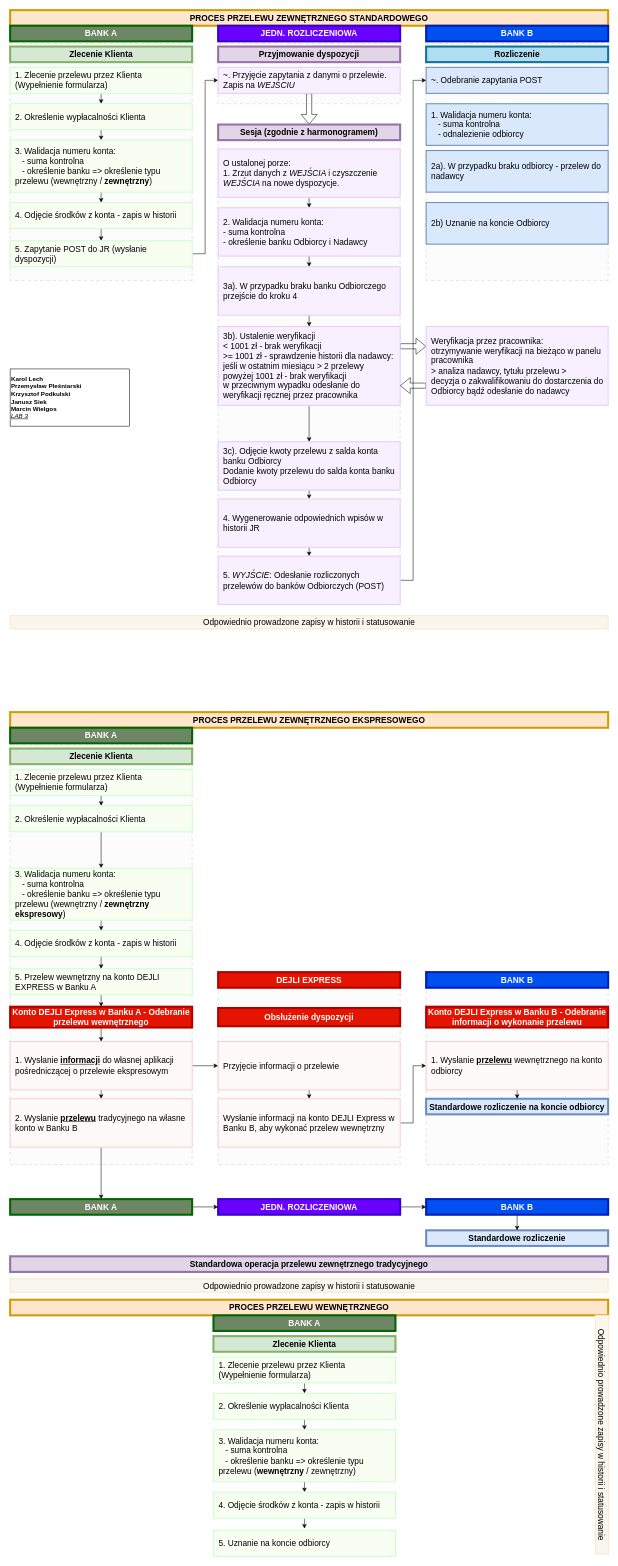
Before: drawio/Procesy przelewów.drawio in mwvabes/pab-Wielgos-Lech-Plesniarski-Podkulski-Siek, a draw.io diagram. Source tidied: cells renumbered, new cells numbered last; positions are measured from the earlier drawing's top-left corner, leaving out a move shared by most shapes. Both pictures are drawn from the tidied source at 52%, with x=0, y=0 at pixel (10, 10).
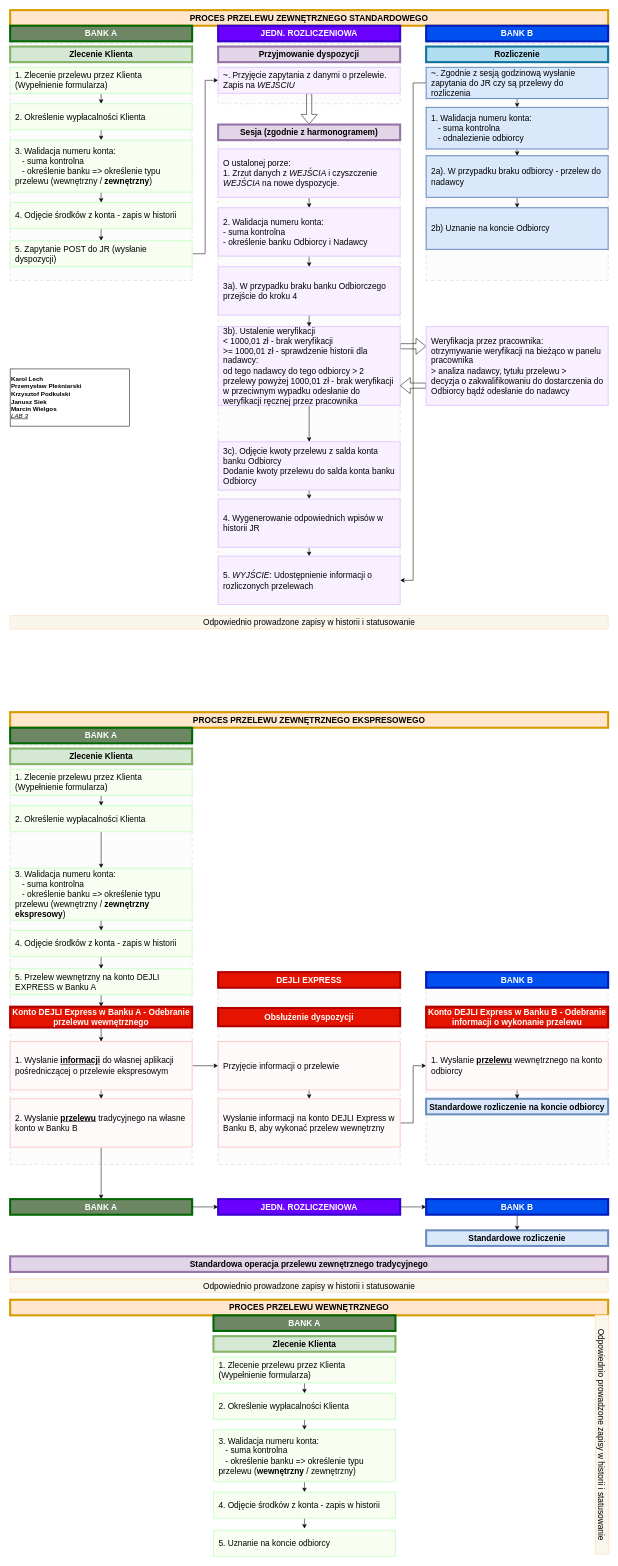
Above is the later version.

Change to the diagram source:
```diff
@@
+    <mxCell id="105" style="edgeStyle=orthogonalEdgeStyle;rounded=0;jettySize=auto;html=1;exitX=0;exitY=0.5;exitDx=0;exitDy=0;entryX=1;entryY=0.5;entryDx=0;entryDy=0;" parent="1" edge="1" source="32" target="46">
+      <mxGeometry relative="1" as="geometry" />
+    </mxCell>
+    <mxCell id="106" style="edgeStyle=orthogonalEdgeStyle;rounded=0;jettySize=auto;html=1;exitX=0.5;exitY=1;exitDx=0;exitDy=0;entryX=0.5;entryY=0;entryDx=0;entryDy=0;" parent="1" edge="1" source="32" target="33">
+      <mxGeometry relative="1" as="geometry" />
+    </mxCell>
-    <mxCell id="32" value="&lt;span style=&quot;font-weight: 400&quot;&gt;~. Odebranie zapytania POST&lt;br&gt;&lt;/span&gt;" style="rounded=0;whiteSpace=wrap;html=1;fontSize=16;fontStyle=1;labelBorderColor=none;strokeWidth=2;strokeColor=#6c8ebf;align=left;spacingTop=5;spacingLeft=5;spacingBottom=5;spacingRight=5;spacing=5;fillColor=#dae8fc;" parent="1" vertex="1">
-      <mxGeometry x="800" y="110" width="350" height="50" as="geometry" />
+    <mxCell id="32" value="&lt;span style=&quot;font-weight: 400&quot;&gt;~. Zgodnie z sesją godzinową wysłanie zapytania do JR czy są przelewy do rozliczenia&lt;br&gt;&lt;/span&gt;" style="rounded=0;whiteSpace=wrap;html=1;fontSize=16;fontStyle=1;labelBorderColor=none;strokeWidth=2;strokeColor=#6c8ebf;align=left;spacingTop=5;spacingLeft=5;spacingBottom=5;spacingRight=5;spacing=5;fillColor=#dae8fc;" parent="1" vertex="1">
+      <mxGeometry x="800" y="110" width="350" height="60" as="geometry" />
     </mxCell>
+    <mxCell id="107" style="edgeStyle=orthogonalEdgeStyle;rounded=0;jettySize=auto;html=1;exitX=0.5;exitY=1;exitDx=0;exitDy=0;entryX=0.5;entryY=0;entryDx=0;entryDy=0;" parent="1" edge="1" source="33" target="34">
+      <mxGeometry relative="1" as="geometry" />
+    </mxCell>
     <mxCell id="33" value="&lt;span style=&quot;font-weight: 400&quot;&gt;1. Walidacja numeru konta:&lt;br&gt;&amp;nbsp; &amp;nbsp;- suma kontrolna&lt;br&gt;&amp;nbsp; &amp;nbsp;- odnalezienie odbiorcy&lt;br&gt;&lt;/span&gt;" style="rounded=0;whiteSpace=wrap;html=1;fontSize=16;fontStyle=1;labelBorderColor=none;strokeWidth=2;strokeColor=#6c8ebf;align=left;spacingTop=5;spacingLeft=5;spacingBottom=5;spacingRight=5;spacing=5;fillColor=#dae8fc;" parent="1" vertex="1">
-      <mxGeometry x="800" y="180" width="350" height="80" as="geometry" />
+      <mxGeometry x="800" y="187" width="350" height="80" as="geometry" />
     </mxCell>
+    <mxCell id="108" style="edgeStyle=orthogonalEdgeStyle;rounded=0;jettySize=auto;html=1;exitX=0.5;exitY=1;exitDx=0;exitDy=0;entryX=0.5;entryY=0;entryDx=0;entryDy=0;" parent="1" edge="1" source="34" target="35">
+      <mxGeometry relative="1" as="geometry" />
+    </mxCell>
     <mxCell id="34" value="&lt;span style=&quot;font-weight: 400&quot;&gt;2a). W przypadku braku odbiorcy - przelew do nadawcy&lt;br&gt;&lt;/span&gt;" style="rounded=0;whiteSpace=wrap;html=1;fontSize=16;fontStyle=1;labelBorderColor=none;strokeWidth=2;strokeColor=#6c8ebf;align=left;spacingTop=5;spacingLeft=5;spacingBottom=5;spacingRight=5;spacing=5;fillColor=#dae8fc;" parent="1" vertex="1">
-      <mxGeometry x="800" y="270" width="350" height="80" as="geometry" />
+      <mxGeometry x="800" y="280" width="350" height="80" as="geometry" />
     </mxCell>
     <mxCell id="35" value="&lt;span style=&quot;font-weight: 400&quot;&gt;2b) Uznanie na koncie Odbiorcy&lt;br&gt;&lt;/span&gt;" style="rounded=0;whiteSpace=wrap;html=1;fontSize=16;fontStyle=1;labelBorderColor=none;strokeWidth=2;strokeColor=#6c8ebf;align=left;spacingTop=5;spacingLeft=5;spacingBottom=5;spacingRight=5;spacing=5;fillColor=#dae8fc;" parent="1" vertex="1">
-      <mxGeometry x="800" y="370" width="350" height="80" as="geometry" />
+      <mxGeometry x="800" y="380" width="350" height="80" as="geometry" />
     </mxCell>
@@
-    <mxCell id="42" value="&lt;span style=&quot;font-weight: 400&quot;&gt;3b). Ustalenie weryfikacji&lt;br&gt;&amp;lt; 1001 zł - brak weryfikacji&lt;br&gt;&amp;gt;= 1001 zł - sprawdzenie historii dla nadawcy:&lt;br&gt;jeśli w ostatnim miesiącu &amp;gt; 2 przelewy powyżej 1001 zł - brak weryfikacji&lt;br&gt;w przeciwnym wypadku odesłanie do weryfikacji ręcznej przez pracownika&lt;br&gt;&lt;/span&gt;" style="rounded=0;whiteSpace=wrap;html=1;fontSize=16;fontStyle=1;labelBorderColor=none;strokeWidth=2;align=left;spacingTop=5;spacingLeft=5;spacingBottom=5;spacingRight=5;spacing=5;fillColor=#F8F0FF;strokeColor=#E5CCFF;" parent="1" vertex="1">
+    <mxCell id="42" value="&lt;span style=&quot;font-weight: 400&quot;&gt;3b). Ustalenie weryfikacji&lt;br&gt;&amp;lt; 1000,01 zł - brak weryfikacji&lt;br&gt;&amp;gt;= 1000,01 zł - sprawdzenie historii dla nadawcy:&lt;br&gt;od tego nadawcy do tego odbiorcy &amp;gt; 2 przelewy powyżej 1000,01 zł - brak weryfikacji&lt;br&gt;w przeciwnym wypadku odesłanie do weryfikacji ręcznej przez pracownika&lt;br&gt;&lt;/span&gt;" style="rounded=0;whiteSpace=wrap;html=1;fontSize=16;fontStyle=1;labelBorderColor=none;strokeWidth=2;align=left;spacingTop=5;spacingLeft=5;spacingBottom=5;spacingRight=5;spacing=5;fillColor=#F8F0FF;strokeColor=#E5CCFF;" parent="1" vertex="1">
       <mxGeometry x="400" y="608.5" width="350" height="151.5" as="geometry" />
     </mxCell>
@@
-    <mxCell id="45" style="edgeStyle=orthogonalEdgeStyle;rounded=0;jettySize=auto;html=1;exitX=1;exitY=0.5;exitDx=0;exitDy=0;entryX=0;entryY=0.5;entryDx=0;entryDy=0;fontSize=16;" parent="1" edge="1" source="46" target="32">
-      <mxGeometry relative="1" as="geometry" />
-    </mxCell>
-    <mxCell id="46" value="&lt;span style=&quot;font-weight: 400&quot;&gt;5. &lt;i&gt;WYJŚCIE&lt;/i&gt;: Odesłanie rozliczonych przelewów do banków Odbiorczych (POST)&lt;br&gt;&lt;/span&gt;" style="rounded=0;whiteSpace=wrap;html=1;fontSize=16;fontStyle=1;labelBorderColor=none;strokeWidth=2;align=left;spacingTop=5;spacingLeft=5;spacingBottom=5;spacingRight=5;spacing=5;fillColor=#F8F0FF;strokeColor=#E5CCFF;" parent="1" vertex="1">
+    <mxCell id="46" value="&lt;span style=&quot;font-weight: 400&quot;&gt;5. &lt;i&gt;WYJŚCIE&lt;/i&gt;: Udostępnienie informacji o rozliczonych przelewach&lt;br&gt;&lt;/span&gt;" style="rounded=0;whiteSpace=wrap;html=1;fontSize=16;fontStyle=1;labelBorderColor=none;strokeWidth=2;align=left;spacingTop=5;spacingLeft=5;spacingBottom=5;spacingRight=5;spacing=5;fillColor=#F8F0FF;strokeColor=#E5CCFF;" parent="1" vertex="1">
       <mxGeometry x="400" y="1050" width="350" height="93" as="geometry" />
     </mxCell>
```
